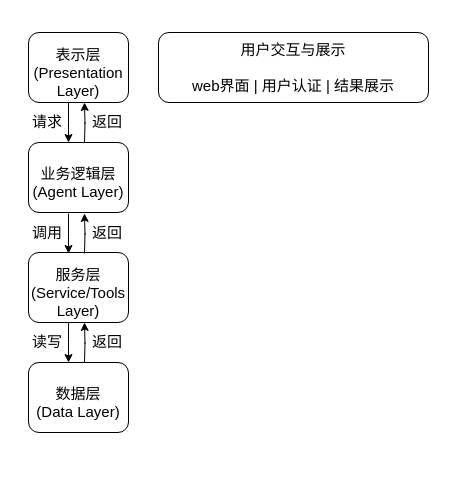
This is 系统架构.drawio from cjw2003/C-, a draw.io file, before an edit. Source tidied: cells renumbered, new cells numbered last; positions are measured from the earlier drawing's top-left corner, leaving out a move shared by most shapes. Both pictures are drawn from the tidied source at 100%, with x=0, y=0 at pixel (17, 32).
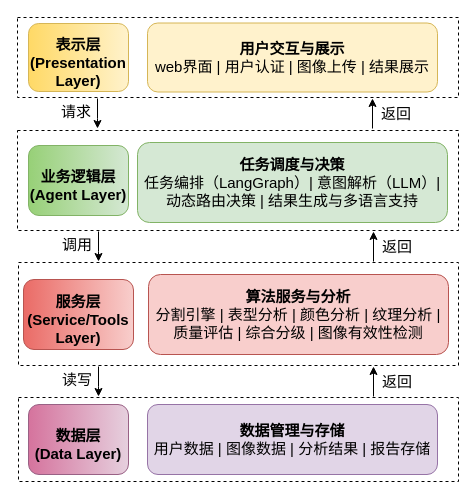
The same diagram, later.

Commit message:
更新系统架构.drawio

What changed in the source:
```diff
@@
+    <mxCell id="19" style="rounded=0;whiteSpace=wrap;html=1;dashed=1;" parent="1" vertex="1">
+      <mxGeometry x="1" y="365" width="440" height="84" as="geometry" />
+    </mxCell>
+    <mxCell id="20" style="rounded=0;whiteSpace=wrap;html=1;dashed=1;" parent="1" vertex="1">
+      <mxGeometry x="1" y="230" width="440" height="103" as="geometry" />
+    </mxCell>
+    <mxCell id="21" style="rounded=0;whiteSpace=wrap;html=1;dashed=1;" parent="1" vertex="1">
+      <mxGeometry y="98" width="441" height="100" as="geometry" />
+    </mxCell>
+    <mxCell id="22" style="rounded=0;whiteSpace=wrap;html=1;verticalAlign=bottom;dashed=1;" parent="1" vertex="1">
+      <mxGeometry y="-15" width="441" height="80" as="geometry" />
+    </mxCell>
-    <mxCell id="2" style="edgeStyle=orthogonalEdgeStyle;rounded=0;jettySize=auto;html=1;" parent="1" edge="1" source="3" target="5">
+    <mxCell id="2" style="edgeStyle=orthogonalEdgeStyle;rounded=0;orthogonalLoop=1;jettySize=auto;html=1;endArrow=classic;endFill=1;" parent="1" edge="1">
       <mxGeometry relative="1" as="geometry">
+        <mxPoint x="80" y="66" as="sourcePoint" />
+        <mxPoint x="80" y="96" as="targetPoint" />
         <Array as="points">
-          <mxPoint x="51" y="90" />
-          <mxPoint x="51" y="90" />
+          <mxPoint x="80" y="86" />
+          <mxPoint x="80" y="86" />
         </Array>
       </mxGeometry>
     </mxCell>
-    <mxCell id="3" value="&lt;font&gt;表示层(Presentation Layer)&lt;/font&gt;" style="rounded=1;html=1;direction=south;whiteSpace=wrap;fontFamily=Helvetica;labelBackgroundColor=none;align=center;verticalAlign=middle;spacingTop=10;fontSize=15;" parent="1" vertex="1">
-      <mxGeometry x="11" width="100" height="70" as="geometry" />
+    <mxCell id="3" value="&lt;font&gt;&lt;b&gt;表示层(Presentation Layer)&lt;/b&gt;&lt;/font&gt;" style="rounded=1;html=1;direction=south;whiteSpace=wrap;fontFamily=Helvetica;labelBackgroundColor=none;align=center;verticalAlign=middle;spacingTop=10;fontSize=15;fillColor=#fff2cc;strokeColor=#d6b656;gradientColor=#ffd966;" parent="1" vertex="1">
+      <mxGeometry x="11" y="-9" width="100" height="68" as="geometry" />
     </mxCell>
-    <mxCell id="4" style="edgeStyle=orthogonalEdgeStyle;rounded=0;orthogonalLoop=1;jettySize=auto;html=1;exitX=0;exitY=0.5;exitDx=0;exitDy=0;entryX=1;entryY=0.5;entryDx=0;entryDy=0;" parent="1" edge="1">
+    <mxCell id="4" style="edgeStyle=orthogonalEdgeStyle;rounded=0;orthogonalLoop=1;jettySize=auto;html=1;entryX=1;entryY=0.5;entryDx=0;entryDy=0;endArrow=classic;endFill=1;" parent="1" edge="1">
       <mxGeometry relative="1" as="geometry">
-        <mxPoint x="67" y="110" as="sourcePoint" />
-        <mxPoint x="67" y="70" as="targetPoint" />
+        <mxPoint x="355" y="96" as="sourcePoint" />
+        <mxPoint x="355" y="66" as="targetPoint" />
       </mxGeometry>
     </mxCell>
-    <mxCell id="5" value="&lt;font&gt;业务逻辑层(Agent Layer)&lt;/font&gt;" style="rounded=1;html=1;direction=south;whiteSpace=wrap;fontFamily=Helvetica;labelBackgroundColor=none;align=center;verticalAlign=middle;spacingTop=10;fontSize=15;" parent="1" vertex="1">
-      <mxGeometry x="11" y="110" width="100" height="70" as="geometry" />
+    <mxCell id="5" value="&lt;font&gt;&lt;b&gt;业务逻辑层(Agent Layer)&lt;/b&gt;&lt;/font&gt;" style="rounded=1;html=1;direction=south;whiteSpace=wrap;fontFamily=Helvetica;labelBackgroundColor=none;align=center;verticalAlign=middle;spacingTop=10;fontSize=15;fillColor=#d5e8d4;gradientColor=#97d077;strokeColor=#82b366;" parent="1" vertex="1">
+      <mxGeometry x="11" y="113" width="100" height="70" as="geometry" />
     </mxCell>
-    <mxCell id="6" value="&lt;font&gt;服务层(Service/Tools Layer)&lt;/font&gt;" style="rounded=1;html=1;direction=south;whiteSpace=wrap;fontFamily=Helvetica;labelBackgroundColor=none;align=center;verticalAlign=middle;spacingTop=10;fontSize=15;" parent="1" vertex="1">
-      <mxGeometry x="11" y="220" width="100" height="70" as="geometry" />
+    <mxCell id="6" value="&lt;font&gt;&lt;b&gt;服务层(Service/Tools Layer)&lt;/b&gt;&lt;/font&gt;" style="rounded=1;html=1;direction=south;whiteSpace=wrap;fontFamily=Helvetica;labelBackgroundColor=none;align=center;verticalAlign=middle;spacingTop=10;fontSize=15;fillColor=#f8cecc;gradientColor=#ea6b66;strokeColor=#b85450;" parent="1" vertex="1">
+      <mxGeometry x="6" y="247" width="110" height="70" as="geometry" />
     </mxCell>
-    <mxCell id="7" value="&lt;font&gt;数据层&lt;/font&gt;&lt;div&gt;&lt;font&gt;(Data Layer)&lt;/font&gt;&lt;/div&gt;" style="rounded=1;html=1;direction=south;whiteSpace=wrap;fontFamily=Helvetica;labelBackgroundColor=none;align=center;verticalAlign=middle;spacingTop=10;fontSize=15;" parent="1" vertex="1">
-      <mxGeometry x="11" y="330" width="100" height="70" as="geometry" />
+    <mxCell id="7" value="&lt;font&gt;&lt;b&gt;数据层&lt;/b&gt;&lt;/font&gt;&lt;div&gt;&lt;font&gt;&lt;b&gt;(Data Layer)&lt;/b&gt;&lt;/font&gt;&lt;/div&gt;" style="rounded=1;html=1;direction=south;whiteSpace=wrap;fontFamily=Helvetica;labelBackgroundColor=none;align=center;verticalAlign=middle;spacingTop=10;fontSize=15;fillColor=#e6d0de;strokeColor=#996185;gradientColor=#d5739d;" parent="1" vertex="1">
+      <mxGeometry x="11" y="372" width="100" height="70" as="geometry" />
     </mxCell>
     <mxCell id="8" value="&lt;font style=&quot;font-size: 15px;&quot;&gt;请求&lt;/font&gt;" style="text;html=1;whiteSpace=wrap;strokeColor=none;fillColor=none;align=center;verticalAlign=middle;rounded=0;" parent="1" vertex="1">
-      <mxGeometry y="74" width="60" height="30" as="geometry" />
+      <mxGeometry x="29" y="64" width="60" height="30" as="geometry" />
     </mxCell>
     <mxCell id="9" value="&lt;font style=&quot;font-size: 15px;&quot;&gt;返回&lt;/font&gt;" style="text;html=1;whiteSpace=wrap;strokeColor=none;fillColor=none;align=center;verticalAlign=middle;rounded=0;" parent="1" vertex="1">
-      <mxGeometry x="60" y="74" width="60" height="30" as="geometry" />
+      <mxGeometry x="349" y="66" width="60" height="30" as="geometry" />
     </mxCell>
-    <mxCell id="10" style="edgeStyle=orthogonalEdgeStyle;rounded=0;orthogonalLoop=1;jettySize=auto;html=1;" parent="1" edge="1">
-      <mxGeometry relative="1" as="geometry">
-        <mxPoint x="51" y="181" as="sourcePoint" />
-        <mxPoint x="51" y="221" as="targetPoint" />
-        <Array as="points">
-          <mxPoint x="51" y="201" />
-          <mxPoint x="51" y="201" />
-        </Array>
-      </mxGeometry>
-    </mxCell>
-    <mxCell id="11" style="edgeStyle=orthogonalEdgeStyle;rounded=0;orthogonalLoop=1;jettySize=auto;html=1;exitX=0;exitY=0.5;exitDx=0;exitDy=0;entryX=1;entryY=0.5;entryDx=0;entryDy=0;" parent="1" edge="1">
-      <mxGeometry relative="1" as="geometry">
-        <mxPoint x="67" y="221" as="sourcePoint" />
-        <mxPoint x="67" y="181" as="targetPoint" />
-      </mxGeometry>
-    </mxCell>
+    <mxCell id="18" value="&lt;font style=&quot;font-size: 15px;&quot;&gt;&lt;b&gt;用户交互与展示&lt;/b&gt;&lt;/font&gt;&lt;div&gt;&lt;font style=&quot;font-size: 15px;&quot;&gt;web界面 | 用户认证 | 图像上传 | 结果展示&lt;/font&gt;&lt;/div&gt;" style="rounded=1;whiteSpace=wrap;html=1;labelPosition=center;verticalLabelPosition=middle;align=center;verticalAlign=middle;spacingBottom=0;spacing=2;fillColor=#fff2cc;strokeColor=#d6b656;gradientDirection=east;" parent="1" vertex="1">
+      <mxGeometry x="130" y="-9.5" width="290" height="69" as="geometry" />
+    </mxCell>
+    <mxCell id="23" value="&lt;font style=&quot;font-size: 15px;&quot;&gt;&lt;b&gt;任务调度与决策&lt;/b&gt;&lt;/font&gt;&lt;div&gt;&lt;font style=&quot;font-size: 15px;&quot;&gt;任务编排（LangGraph）| 意图解析（LLM）| 动态路由决策 | 结果生成与多语言支持&lt;/font&gt;&lt;/div&gt;" style="rounded=1;whiteSpace=wrap;html=1;labelPosition=center;verticalLabelPosition=middle;align=center;verticalAlign=middle;spacing=2;fillColor=#d5e8d4;strokeColor=#82b366;spacingBottom=0;fontFamily=Helvetica;fontSize=12;gradientDirection=east;" parent="1" vertex="1">
+      <mxGeometry x="120" y="110" width="310" height="80" as="geometry" />
+    </mxCell>
+    <mxCell id="24" value="&lt;font style=&quot;font-size: 15px;&quot;&gt;&lt;b&gt;算法服务与分析&lt;/b&gt;&lt;/font&gt;&lt;div&gt;&lt;font face=&quot;Helvetica&quot; style=&quot;font-size: 15px;&quot;&gt;分割引擎 | 表型分析 | 颜色分析 | 纹理分析 | 质量评估 | 综合分级 | 图像有效性检测&lt;/font&gt;&lt;/div&gt;" style="rounded=1;whiteSpace=wrap;html=1;labelPosition=center;verticalLabelPosition=middle;align=center;verticalAlign=middle;strokeColor=#b85450;spacingBottom=0;spacing=2;fontFamily=Helvetica;fontSize=12;fillColor=#f8cecc;gradientDirection=east;" parent="1" vertex="1">
+      <mxGeometry x="131" y="242" width="300" height="80" as="geometry" />
+    </mxCell>
+    <mxCell id="25" value="&lt;font style=&quot;font-size: 15px;&quot;&gt;&lt;b&gt;数据管理与存储&lt;br&gt;&lt;/b&gt;&lt;/font&gt;&lt;div&gt;&lt;font style=&quot;font-size: 15px;&quot;&gt;&lt;span style=&quot;background-color: transparent; color: light-dark(rgb(0, 0, 0), rgb(255, 255, 255));&quot;&gt;用户数据&lt;/span&gt;&lt;font face=&quot;Helvetica&quot; style=&quot;&quot;&gt;&amp;nbsp;|&amp;nbsp;&lt;/font&gt;图像数据&lt;font face=&quot;Helvetica&quot; style=&quot;&quot;&gt;&amp;nbsp;|&amp;nbsp;&lt;/font&gt;&lt;span style=&quot;background-color: transparent; color: light-dark(rgb(0, 0, 0), rgb(255, 255, 255));&quot;&gt;分析结果 | 报告存储&lt;/span&gt;&lt;/font&gt;&lt;/div&gt;" style="rounded=1;whiteSpace=wrap;html=1;labelPosition=center;verticalLabelPosition=middle;align=center;verticalAlign=middle;strokeColor=#9673a6;spacingBottom=0;spacing=2;fontFamily=Helvetica;fontSize=12;fillColor=#e1d5e7;gradientDirection=east;" parent="1" vertex="1">
+      <mxGeometry x="130" y="372" width="290" height="70" as="geometry" />
+    </mxCell>
+    <mxCell id="26" style="edgeStyle=orthogonalEdgeStyle;rounded=0;orthogonalLoop=1;jettySize=auto;html=1;endArrow=classic;endFill=1;" parent="1" edge="1">
+      <mxGeometry relative="1" as="geometry">
+        <mxPoint x="81" y="199" as="sourcePoint" />
+        <mxPoint x="81" y="229" as="targetPoint" />
+        <Array as="points">
+          <mxPoint x="81" y="219" />
+          <mxPoint x="81" y="219" />
+        </Array>
+      </mxGeometry>
+    </mxCell>
+    <mxCell id="27" style="edgeStyle=orthogonalEdgeStyle;rounded=0;orthogonalLoop=1;jettySize=auto;html=1;entryX=1;entryY=0.5;entryDx=0;entryDy=0;endArrow=classic;endFill=1;" parent="1" edge="1">
+      <mxGeometry relative="1" as="geometry">
+        <mxPoint x="356" y="229" as="sourcePoint" />
+        <mxPoint x="356" y="199" as="targetPoint" />
+      </mxGeometry>
+    </mxCell>
     <mxCell id="12" value="&lt;font style=&quot;font-size: 15px;&quot;&gt;调用&lt;/font&gt;" style="text;html=1;whiteSpace=wrap;strokeColor=none;fillColor=none;align=center;verticalAlign=middle;rounded=0;" parent="1" vertex="1">
-      <mxGeometry y="185" width="60" height="30" as="geometry" />
+      <mxGeometry x="30" y="197" width="60" height="30" as="geometry" />
     </mxCell>
-    <mxCell id="13" value="&lt;font style=&quot;font-size: 15px;&quot;&gt;返回&lt;/font&gt;" style="text;html=1;whiteSpace=wrap;strokeColor=none;fillColor=none;align=center;verticalAlign=middle;rounded=0;" parent="1" vertex="1">
-      <mxGeometry x="60" y="185" width="60" height="30" as="geometry" />
-    </mxCell>
-    <mxCell id="14" style="edgeStyle=orthogonalEdgeStyle;rounded=0;orthogonalLoop=1;jettySize=auto;html=1;" parent="1" edge="1">
-      <mxGeometry relative="1" as="geometry">
-        <mxPoint x="51" y="290" as="sourcePoint" />
-        <mxPoint x="51" y="330" as="targetPoint" />
-        <Array as="points">
-          <mxPoint x="51" y="310" />
-          <mxPoint x="51" y="310" />
-        </Array>
-      </mxGeometry>
-    </mxCell>
-    <mxCell id="15" style="edgeStyle=orthogonalEdgeStyle;rounded=0;orthogonalLoop=1;jettySize=auto;html=1;exitX=0;exitY=0.5;exitDx=0;exitDy=0;entryX=1;entryY=0.5;entryDx=0;entryDy=0;" parent="1" edge="1">
-      <mxGeometry relative="1" as="geometry">
-        <mxPoint x="67" y="330" as="sourcePoint" />
-        <mxPoint x="67" y="290" as="targetPoint" />
-      </mxGeometry>
-    </mxCell>
+    <mxCell id="28" value="&lt;font style=&quot;font-size: 15px;&quot;&gt;返回&lt;/font&gt;" style="text;html=1;whiteSpace=wrap;strokeColor=none;fillColor=none;align=center;verticalAlign=middle;rounded=0;" parent="1" vertex="1">
+      <mxGeometry x="350" y="199" width="60" height="30" as="geometry" />
+    </mxCell>
+    <mxCell id="29" style="edgeStyle=orthogonalEdgeStyle;rounded=0;orthogonalLoop=1;jettySize=auto;html=1;endArrow=classic;endFill=1;" parent="1" edge="1">
+      <mxGeometry relative="1" as="geometry">
+        <mxPoint x="81" y="334" as="sourcePoint" />
+        <mxPoint x="81" y="364" as="targetPoint" />
+        <Array as="points">
+          <mxPoint x="81" y="354" />
+          <mxPoint x="81" y="354" />
+        </Array>
+      </mxGeometry>
+    </mxCell>
+    <mxCell id="30" style="edgeStyle=orthogonalEdgeStyle;rounded=0;orthogonalLoop=1;jettySize=auto;html=1;entryX=1;entryY=0.5;entryDx=0;entryDy=0;endArrow=classic;endFill=1;" parent="1" edge="1">
+      <mxGeometry relative="1" as="geometry">
+        <mxPoint x="356" y="364" as="sourcePoint" />
+        <mxPoint x="356" y="334" as="targetPoint" />
+      </mxGeometry>
+    </mxCell>
     <mxCell id="16" value="&lt;font style=&quot;font-size: 15px;&quot;&gt;读写&lt;/font&gt;" style="text;html=1;whiteSpace=wrap;strokeColor=none;fillColor=none;align=center;verticalAlign=middle;rounded=0;" parent="1" vertex="1">
-      <mxGeometry y="294" width="60" height="30" as="geometry" />
+      <mxGeometry x="30" y="332" width="60" height="30" as="geometry" />
     </mxCell>
-    <mxCell id="17" value="&lt;font style=&quot;font-size: 15px;&quot;&gt;返回&lt;/font&gt;" style="text;html=1;whiteSpace=wrap;strokeColor=none;fillColor=none;align=center;verticalAlign=middle;rounded=0;" parent="1" vertex="1">
-      <mxGeometry x="60" y="294" width="60" height="30" as="geometry" />
-    </mxCell>
-    <mxCell id="18" value="&lt;font style=&quot;font-size: 15px;&quot;&gt;用户交互与展示&lt;/font&gt;&lt;div&gt;&lt;font style=&quot;font-size: 15px;&quot;&gt;&lt;br&gt;&lt;/font&gt;&lt;/div&gt;&lt;div&gt;&lt;font style=&quot;font-size: 15px;&quot;&gt;web界面 | 用户认证 | 结果展示&lt;/font&gt;&lt;/div&gt;" style="rounded=1;whiteSpace=wrap;html=1;labelPosition=center;verticalLabelPosition=middle;align=center;verticalAlign=middle;" parent="1" vertex="1">
-      <mxGeometry x="141" width="270" height="70" as="geometry" />
-    </mxCell>
+    <mxCell id="31" value="&lt;font style=&quot;font-size: 15px;&quot;&gt;返回&lt;/font&gt;" style="text;html=1;whiteSpace=wrap;strokeColor=none;fillColor=none;align=center;verticalAlign=middle;rounded=0;" parent="1" vertex="1">
+      <mxGeometry x="350" y="334" width="60" height="30" as="geometry" />
+    </mxCell>
```
